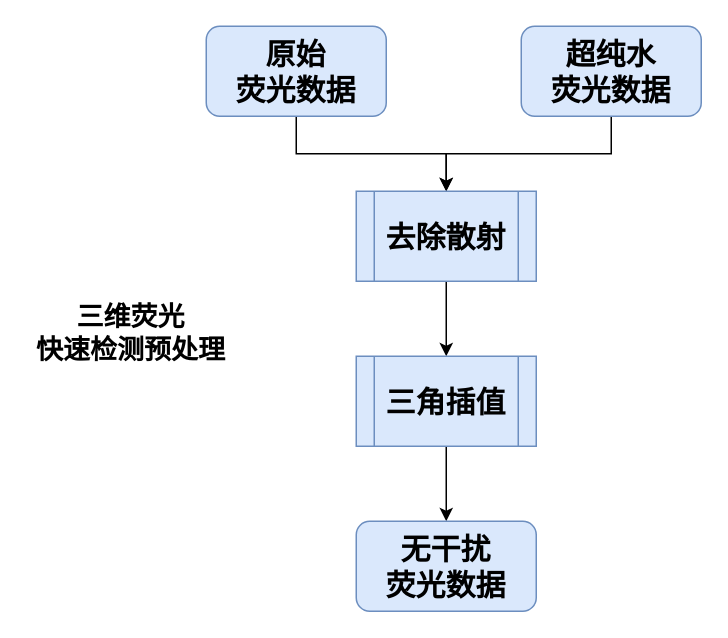
The draw.io diagram 预处理流程.drawio in WienWong/Misc, before the edit. Source tidied: cells renumbered, new cells numbered last; positions are measured from the earlier drawing's top-left corner, leaving out a move shared by most shapes. Both pictures are drawn from the tidied source at 150%, with x=0, y=0 at pixel (26, 26).
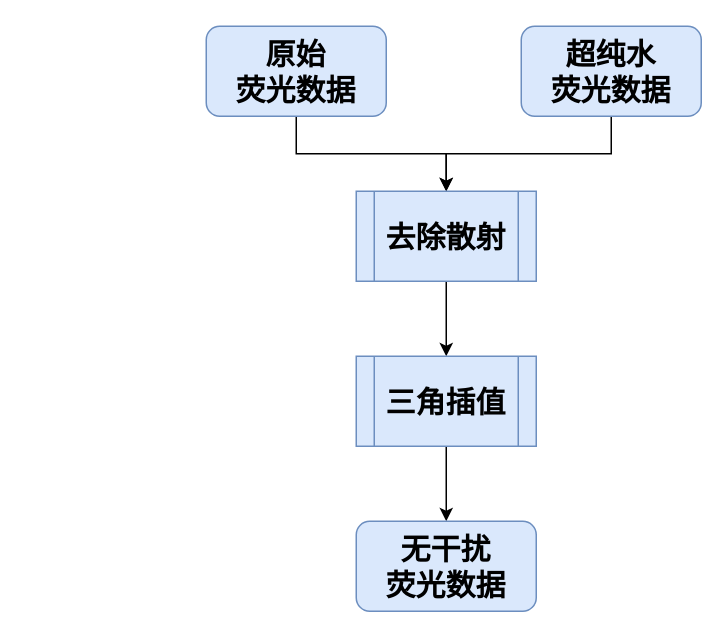
After the change.

Commit message:
Update 预处理流程.drawio

Diff of the diagram source:
```diff
@@
 <mxGraphModel>
   <root>
     <mxCell id="0" />
     <mxCell id="1" parent="0" />
-    <mxCell id="2" value="&lt;font style=&quot;font-size: 18px&quot;&gt;&lt;b&gt;三维荧光 &lt;br&gt;快速检测预处理&lt;/b&gt;&lt;/font&gt;" style="text;html=1;strokeColor=none;fillColor=none;align=center;verticalAlign=middle;whiteSpace=wrap;rounded=0;" parent="1" vertex="1">
-      <mxGeometry y="180" width="140" height="50" as="geometry" />
-    </mxCell>
     <mxCell id="3" style="edgeStyle=orthogonalEdgeStyle;rounded=0;jettySize=auto;html=1;exitX=0.5;exitY=1;exitDx=0;exitDy=0;" parent="1" edge="1" source="4" target="8">
       <mxGeometry relative="1" as="geometry" />
     </mxCell>
     <mxCell id="4" value="&lt;font style=&quot;font-size: 20px&quot;&gt;&lt;b&gt;原始&lt;br&gt;荧光数据&lt;/b&gt;&lt;/font&gt;" style="rounded=1;whiteSpace=wrap;html=1;fontSize=20;fillColor=#dae8fc;strokeColor=#6c8ebf;" parent="1" vertex="1">
       <mxGeometry x="120" width="120" height="60" as="geometry" />
     </mxCell>
     <mxCell id="5" style="edgeStyle=orthogonalEdgeStyle;rounded=0;jettySize=auto;html=1;exitX=0.5;exitY=1;exitDx=0;exitDy=0;entryX=0.5;entryY=0;entryDx=0;entryDy=0;" parent="1" edge="1" source="6" target="8">
       <mxGeometry relative="1" as="geometry" />
     </mxCell>
     <mxCell id="6" value="&lt;font style=&quot;font-size: 20px&quot;&gt;&lt;b&gt;超纯水&lt;br&gt;荧光数据&lt;/b&gt;&lt;/font&gt;" style="rounded=1;whiteSpace=wrap;html=1;fontSize=20;fillColor=#dae8fc;strokeColor=#6c8ebf;" parent="1" vertex="1">
       <mxGeometry x="330" width="120" height="60" as="geometry" />
     </mxCell>
     <mxCell id="7" style="edgeStyle=orthogonalEdgeStyle;rounded=0;jettySize=auto;html=1;exitX=0.5;exitY=1;exitDx=0;exitDy=0;entryX=0.5;entryY=0;entryDx=0;entryDy=0;" parent="1" edge="1" source="8" target="10">
       <mxGeometry relative="1" as="geometry" />
     </mxCell>
     <mxCell id="8" value="&lt;font style=&quot;font-size: 20px&quot;&gt;&lt;b&gt;去除散射&lt;/b&gt;&lt;/font&gt;" style="shape=process;whiteSpace=wrap;html=1;backgroundOutline=1;fillColor=#dae8fc;strokeColor=#6c8ebf;" parent="1" vertex="1">
       <mxGeometry x="220" y="110" width="120" height="60" as="geometry" />
     </mxCell>
     <mxCell id="9" style="edgeStyle=orthogonalEdgeStyle;rounded=0;jettySize=auto;html=1;exitX=0.5;exitY=1;exitDx=0;exitDy=0;entryX=0.5;entryY=0;entryDx=0;entryDy=0;" parent="1" edge="1" source="10" target="11">
       <mxGeometry relative="1" as="geometry" />
     </mxCell>
     <mxCell id="10" value="&lt;span style=&quot;font-size: 20px&quot;&gt;&lt;b&gt;三角插值&lt;/b&gt;&lt;/span&gt;" style="shape=process;whiteSpace=wrap;html=1;backgroundOutline=1;fillColor=#dae8fc;strokeColor=#6c8ebf;" parent="1" vertex="1">
       <mxGeometry x="220" y="220" width="120" height="60" as="geometry" />
     </mxCell>
     <mxCell id="11" value="&lt;font style=&quot;font-size: 20px&quot;&gt;&lt;b&gt;无干扰&lt;br&gt;荧光数据&lt;/b&gt;&lt;/font&gt;" style="rounded=1;whiteSpace=wrap;html=1;fontSize=20;fillColor=#dae8fc;strokeColor=#6c8ebf;" parent="1" vertex="1">
       <mxGeometry x="220" y="330" width="120" height="60" as="geometry" />
     </mxCell>
   </root>
 </mxGraphModel>
```
